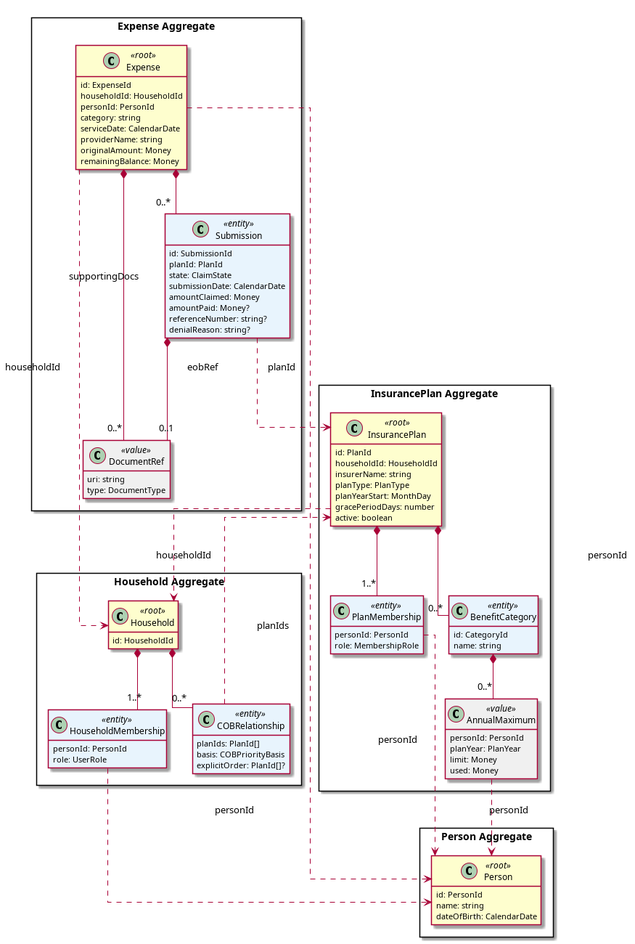
The PlantUML diagram docs/02-solution/diagrams/aggregate-map.png in hallb/coordinate, before a commit.
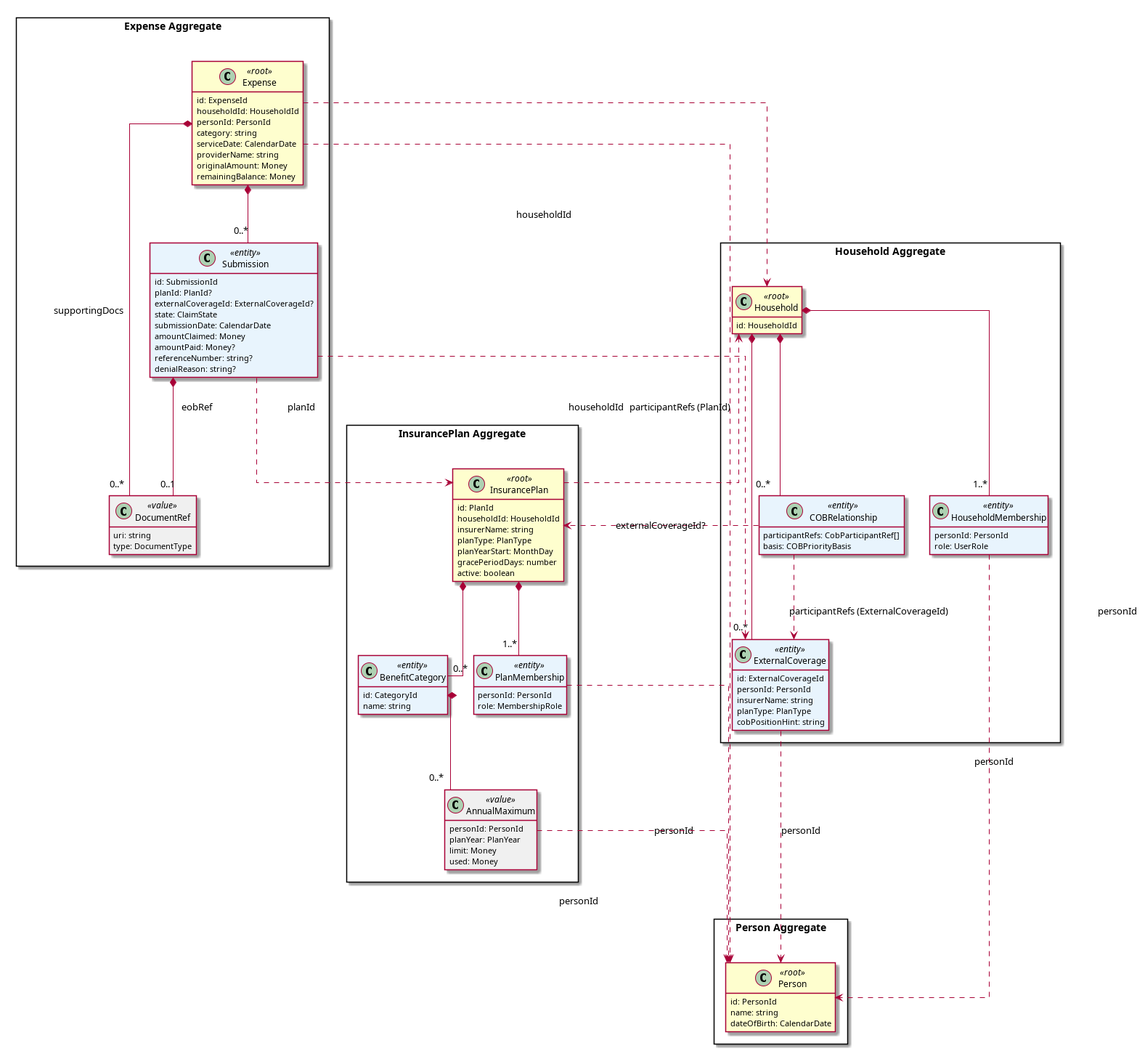
The same file after the commit.

Change to the diagram source:
```diff
@@ -24,12 +24,19 @@
         personId: PersonId
         role: UserRole
     }
+    class ExternalCoverage <<entity>> {
+        id: ExternalCoverageId
+        personId: PersonId
+        insurerName: string
+        planType: PlanType
+        cobPositionHint: string
+    }
     class COBRelationship <<entity>> {
-        planIds: PlanId[]
+        participantRefs: CobParticipantRef[]
         basis: COBPriorityBasis
-        explicitOrder: PlanId[]?
     }
     Household *-- "1..*" HouseholdMembership
+    Household *-- "0..*" ExternalCoverage
     Household *-- "0..*" COBRelationship
 }
 
@@ -75,7 +82,8 @@
     }
     class Submission <<entity>> {
         id: SubmissionId
-        planId: PlanId
+        planId: PlanId?
+        externalCoverageId: ExternalCoverageId?
         state: ClaimState
         submissionDate: CalendarDate
         amountClaimed: Money
@@ -96,9 +104,12 @@
 PlanMembership ..> Person : personId
 AnnualMaximum ..> Person : personId
 Expense ..> Person : personId
-COBRelationship ..> InsurancePlan : planIds
+COBRelationship ..> InsurancePlan : "participantRefs (PlanId)"
+COBRelationship ..> ExternalCoverage : "participantRefs (ExternalCoverageId)"
+ExternalCoverage ..> Person : personId
 InsurancePlan ..> Household : householdId
 Expense ..> Household : householdId
 Submission ..> InsurancePlan : planId
+Submission ..> ExternalCoverage : externalCoverageId?
 
 @enduml
```
